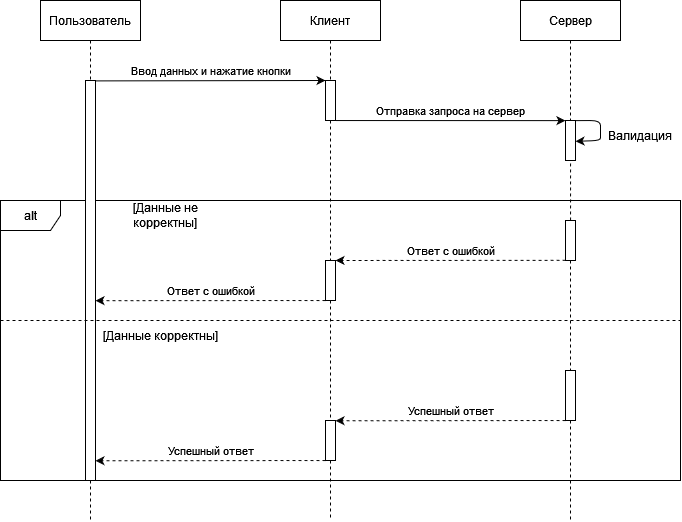
Earlier version of the draw.io export SDS/Images/Sequence_order.png (PhoeniX-art-lab/TRiTPO). Source tidied: cells renumbered, new cells last; positions are measured from the earlier drawing's top-left corner, leaving out a move shared by most shapes.
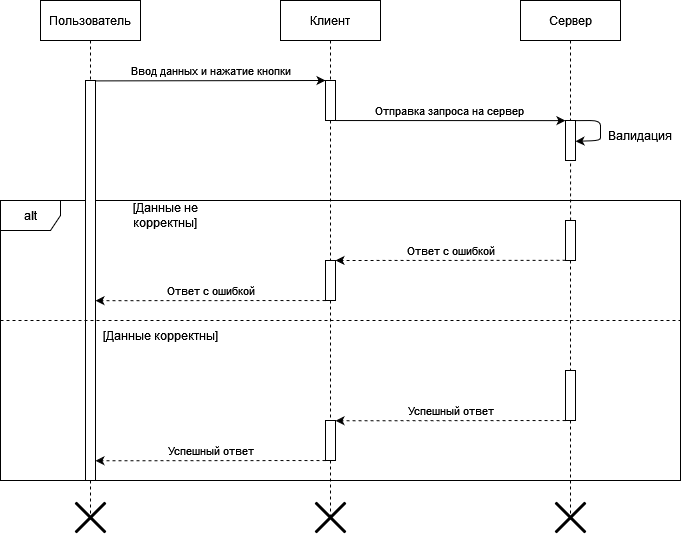
After the change.

What changed in the source:
```diff
@@ -115,5 +115,14 @@
     <mxCell id="30" value="Валидация" style="text;html=1;strokeColor=none;fillColor=none;align=center;verticalAlign=middle;whiteSpace=wrap;rounded=0;" parent="1" vertex="1">
       <mxGeometry x="610" y="120" width="60" height="30" as="geometry" />
     </mxCell>
+    <mxCell id="31" style="shape=umlDestroy;whiteSpace=wrap;html=1;strokeWidth=3;" parent="1" vertex="1">
+      <mxGeometry x="75" y="502" width="30" height="30" as="geometry" />
+    </mxCell>
+    <mxCell id="32" style="shape=umlDestroy;whiteSpace=wrap;html=1;strokeWidth=3;" parent="1" vertex="1">
+      <mxGeometry x="315" y="502" width="30" height="30" as="geometry" />
+    </mxCell>
+    <mxCell id="33" style="shape=umlDestroy;whiteSpace=wrap;html=1;strokeWidth=3;" parent="1" vertex="1">
+      <mxGeometry x="555" y="502" width="30" height="30" as="geometry" />
+    </mxCell>
   </root>
 </mxGraphModel>
```
